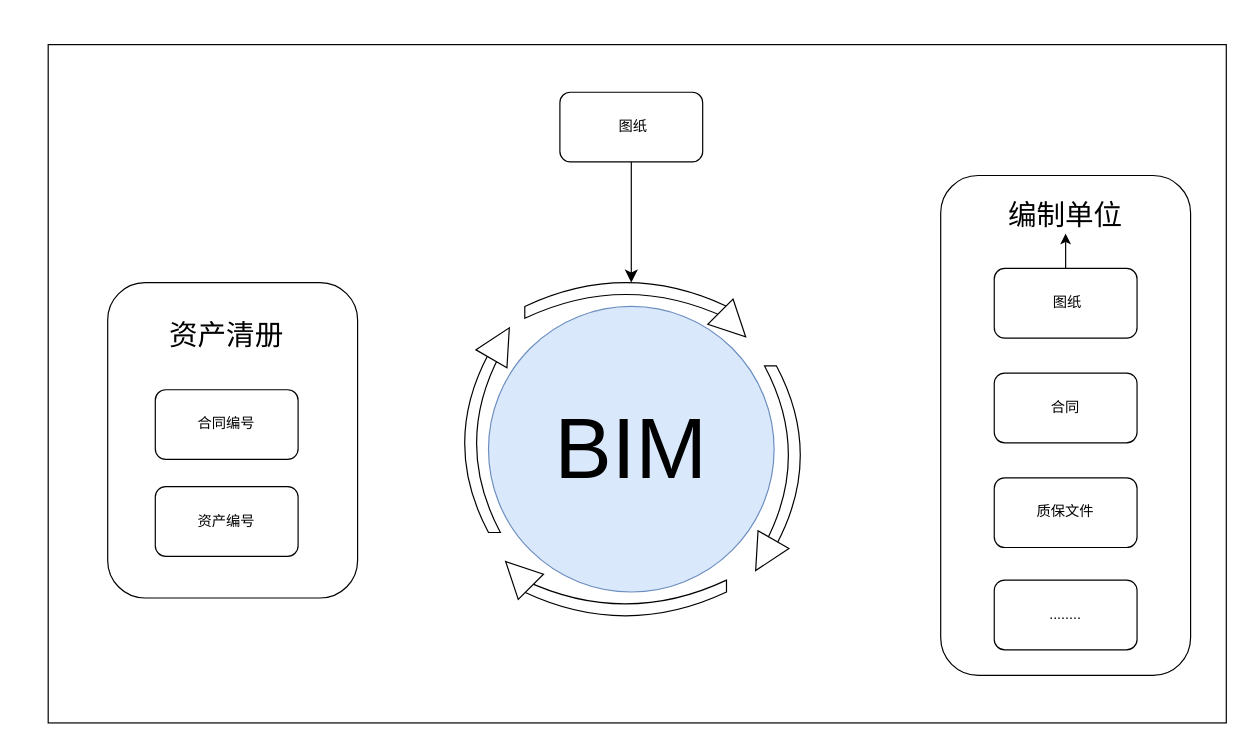
Earlier version of the draw.io diagram 未命名绘图.drawio (shishisana/image). Source tidied: cells renumbered, new cells numbered last; positions are measured from the earlier drawing's top-left corner, leaving out a move shared by most shapes. Both pictures are drawn from the tidied source at 119%, with x=0, y=0 at pixel (48, 44).
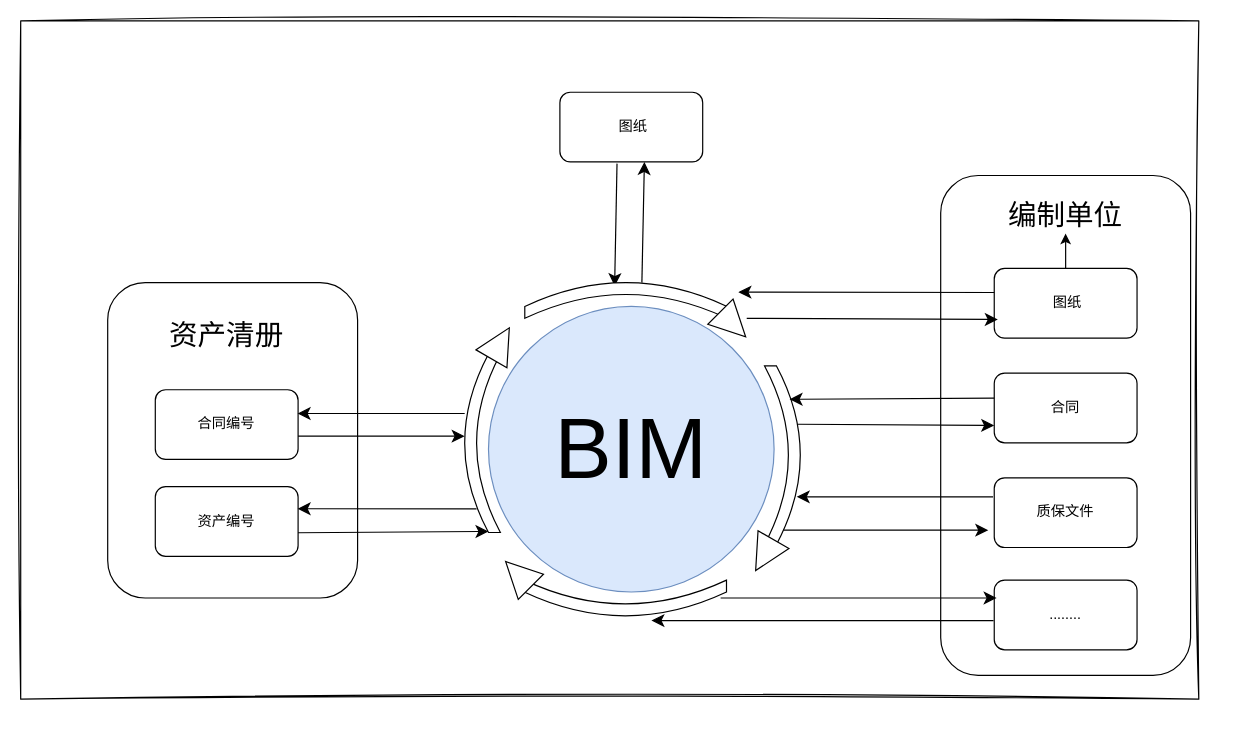
After the change.

Commit message:
更新未命名绘图.drawio

Unchanged cells that the change refers to:
```xml
<mxCell id="13" value="&amp;nbsp;图纸" style="rounded=1;whiteSpace=wrap;html=1;" parent="1" vertex="1">
  <mxGeometry x="430" y="40" width="120" height="58.6" as="geometry" />
</mxCell>
<mxCell id="15" style="shape=dataStorage;whiteSpace=wrap;html=1;fixedSize=1;" parent="14" vertex="1">
  <mxGeometry y="29.5" width="30" height="150" as="geometry" />
</mxCell>
<mxCell id="18" style="shape=dataStorage;whiteSpace=wrap;html=1;fixedSize=1;rotation=-180;" parent="17" vertex="1">
  <mxGeometry x="20" width="30" height="150" as="geometry" />
</mxCell>
<mxCell id="21" style="shape=dataStorage;whiteSpace=wrap;html=1;fixedSize=1;rotation=-90;" parent="20" vertex="1">
  <mxGeometry x="96.2" y="-43.8" width="30" height="170" as="geometry" />
</mxCell>
<mxCell id="26" style="group;" parent="1" vertex="1">
  <mxGeometry x="50" y="200" width="210" height="265" as="geometry" />
</mxCell>
```

What changed in the source:
```diff
@@
-    <mxCell id="2" style="rounded=0;whiteSpace=wrap;html=1;fontSize=16;" parent="1" vertex="1">
-      <mxGeometry width="990" height="570" as="geometry" />
+    <mxCell id="2" style="rounded=0;whiteSpace=wrap;html=1;fontSize=16;sketch=1;curveFitting=1;jiggle=2;fillColor=none;" parent="1" vertex="1">
+      <mxGeometry x="-23.1" y="-20" width="990" height="570" as="geometry" />
     </mxCell>
-    <mxCell id="3" value="&lt;font style=&quot;font-size: 72px;&quot;&gt;BIM&lt;/font&gt;" style="ellipse;whiteSpace=wrap;html=1;fillColor=#dae8fc;strokeColor=#6c8ebf;" parent="1" vertex="1">
+    <mxCell id="3" value="&lt;font style=&quot;font-size: 72px;&quot;&gt;BIM&lt;/font&gt;" style="ellipse;whiteSpace=wrap;html=1;fillColor=#dae8fc;strokeColor=#6c8ebf;comic=0;fixDash=0;" parent="1" vertex="1">
       <mxGeometry x="370" y="220" width="240" height="240" as="geometry" />
     </mxCell>
@@
-    <mxCell id="12" style="edgeStyle=none;curved=1;rounded=0;jettySize=auto;html=1;fontSize=12;startSize=8;endSize=8;" parent="1" edge="1" source="13">
+    <mxCell id="12" style="edgeStyle=none;curved=1;rounded=0;orthogonalLoop=1;jettySize=auto;html=1;fontSize=12;startSize=8;endSize=8;flowAnimation=1;entryX=0.1;entryY=0.603;entryDx=0;entryDy=0;entryPerimeter=0;" parent="1" edge="1">
       <mxGeometry relative="1" as="geometry">
-        <mxPoint x="490" y="200" as="targetPoint" />
+        <mxPoint x="478" y="100" as="sourcePoint" />
+        <mxPoint x="476" y="203" as="targetPoint" />
       </mxGeometry>
     </mxCell>
@@
+    <mxCell id="31" style="endArrow=classic;html=1;rounded=0;fontSize=12;startSize=8;endSize=8;curved=1;flowAnimation=1;" parent="26" edge="1">
+      <mxGeometry relative="1" as="geometry">
+        <mxPoint x="160" y="129" as="sourcePoint" />
+        <mxPoint x="300" y="129" as="targetPoint" />
+      </mxGeometry>
+    </mxCell>
+    <mxCell id="32" style="endArrow=classic;html=1;rounded=0;fontSize=12;startSize=8;endSize=8;curved=1;entryX=0.667;entryY=0.994;entryDx=0;entryDy=0;entryPerimeter=0;flowAnimation=1;" parent="1" edge="1" target="15">
+      <mxGeometry relative="1" as="geometry">
+        <mxPoint x="210" y="410.2" as="sourcePoint" />
+      </mxGeometry>
+    </mxCell>
+    <mxCell id="33" style="endArrow=classic;html=1;rounded=0;fontSize=12;startSize=8;endSize=8;curved=1;flowAnimation=1;" parent="1" edge="1">
+      <mxGeometry relative="1" as="geometry">
+        <mxPoint x="795" y="208.3" as="sourcePoint" />
+        <mxPoint x="580" y="208" as="targetPoint" />
+      </mxGeometry>
+    </mxCell>
+    <mxCell id="34" style="endArrow=classic;html=1;rounded=0;fontSize=12;startSize=8;endSize=8;curved=1;flowAnimation=1;entryX=0.3;entryY=0.813;entryDx=0;entryDy=0;entryPerimeter=0;" parent="1" edge="1" target="18">
+      <mxGeometry relative="1" as="geometry">
+        <mxPoint x="795" y="297" as="sourcePoint" />
+      </mxGeometry>
+    </mxCell>
+    <mxCell id="35" style="endArrow=classic;html=1;rounded=0;fontSize=12;startSize=8;endSize=8;curved=1;flowAnimation=1;" parent="1" edge="1">
+      <mxGeometry relative="1" as="geometry">
+        <mxPoint x="794" y="380" as="sourcePoint" />
+        <mxPoint x="629" y="380" as="targetPoint" />
+      </mxGeometry>
+    </mxCell>
+    <mxCell id="36" style="endArrow=classic;html=1;rounded=0;fontSize=12;startSize=8;endSize=8;curved=1;flowAnimation=1;" parent="1" edge="1">
+      <mxGeometry relative="1" as="geometry">
+        <mxPoint x="794.4" y="484" as="sourcePoint" />
+        <mxPoint x="506.9" y="484" as="targetPoint" />
+      </mxGeometry>
+    </mxCell>
+    <mxCell id="37" style="edgeStyle=none;curved=1;rounded=0;orthogonalLoop=1;jettySize=auto;html=1;fontSize=12;startSize=8;endSize=8;flowAnimation=1;exitX=0;exitY=0.368;exitDx=0;exitDy=0;exitPerimeter=0;" parent="1" edge="1">
+      <mxGeometry relative="1" as="geometry">
+        <mxPoint x="498.9" y="200" as="sourcePoint" />
+        <mxPoint x="501" y="98.6" as="targetPoint" />
+      </mxGeometry>
+    </mxCell>
+    <mxCell id="38" style="endArrow=classic;html=1;rounded=0;fontSize=12;startSize=8;endSize=8;curved=1;flowAnimation=1;entryX=0.232;entryY=0.281;entryDx=0;entryDy=0;entryPerimeter=0;" parent="1" edge="1">
+      <mxGeometry relative="1" as="geometry">
+        <mxPoint x="350" y="310" as="sourcePoint" />
+        <mxPoint x="209.6" y="310" as="targetPoint" />
+      </mxGeometry>
+    </mxCell>
+    <mxCell id="39" style="endArrow=classic;html=1;rounded=0;fontSize=12;startSize=8;endSize=8;curved=1;flowAnimation=1;entryX=0.232;entryY=0.281;entryDx=0;entryDy=0;entryPerimeter=0;exitX=0.333;exitY=0.867;exitDx=0;exitDy=0;exitPerimeter=0;" parent="1" edge="1" source="15">
+      <mxGeometry relative="1" as="geometry">
+        <mxPoint x="209.6" y="390" as="targetPoint" />
+      </mxGeometry>
+    </mxCell>
+    <mxCell id="40" style="endArrow=classic;html=1;rounded=0;fontSize=12;startSize=8;endSize=8;curved=1;flowAnimation=1;entryX=0.025;entryY=0.851;entryDx=0;entryDy=0;entryPerimeter=0;" parent="1" edge="1">
+      <mxGeometry relative="1" as="geometry">
+        <mxPoint x="587" y="230" as="sourcePoint" />
+        <mxPoint x="798" y="231" as="targetPoint" />
+      </mxGeometry>
+    </mxCell>
+    <mxCell id="41" style="endArrow=classic;html=1;rounded=0;fontSize=12;startSize=8;endSize=8;curved=1;flowAnimation=1;entryX=0;entryY=0.784;entryDx=0;entryDy=0;entryPerimeter=0;exitX=0.067;exitY=0.66;exitDx=0;exitDy=0;exitPerimeter=0;" parent="1" edge="1">
+      <mxGeometry relative="1" as="geometry">
+        <mxPoint x="630" y="319" as="sourcePoint" />
+        <mxPoint x="795" y="320" as="targetPoint" />
+      </mxGeometry>
+    </mxCell>
+    <mxCell id="42" style="endArrow=classic;html=1;rounded=0;fontSize=12;startSize=8;endSize=8;curved=1;flowAnimation=1;exitX=0.467;exitY=0.08;exitDx=0;exitDy=0;exitPerimeter=0;" parent="1" edge="1" source="18">
+      <mxGeometry relative="1" as="geometry">
+        <mxPoint x="790" y="408" as="targetPoint" />
+      </mxGeometry>
+    </mxCell>
+    <mxCell id="43" style="endArrow=classic;html=1;rounded=0;fontSize=12;startSize=8;endSize=8;curved=1;flowAnimation=1;entryX=0.017;entryY=0.29;entryDx=0;entryDy=0;entryPerimeter=0;exitX=0.5;exitY=0.971;exitDx=0;exitDy=0;exitPerimeter=0;" parent="1" edge="1" source="21">
+      <mxGeometry relative="1" as="geometry">
+        <mxPoint x="797" y="465" as="targetPoint" />
+      </mxGeometry>
+    </mxCell>
```
